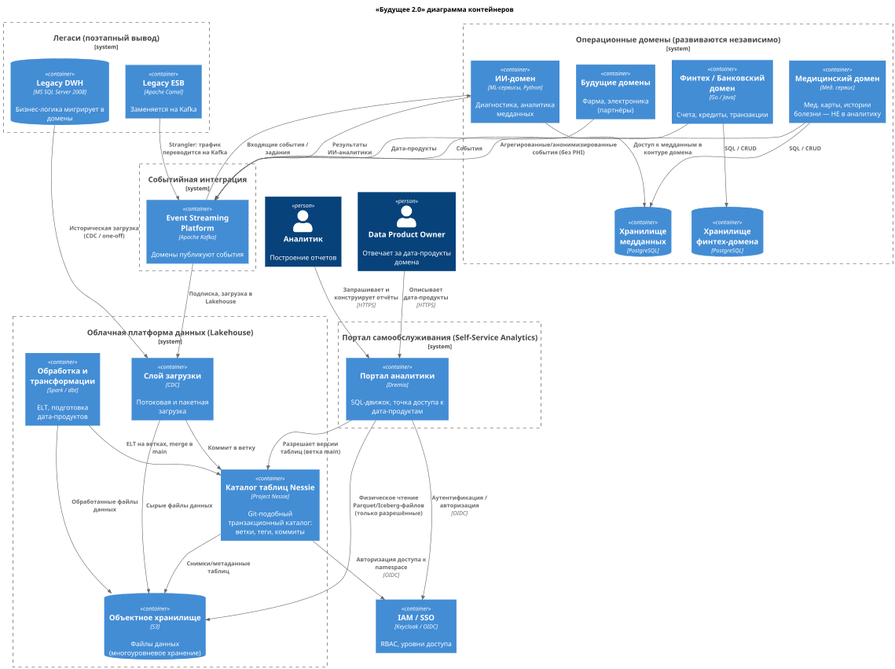
This is Task1/c4_container.png from Madm1key/architecture-future_2_0, a PlantUML export, as it was before one commit.
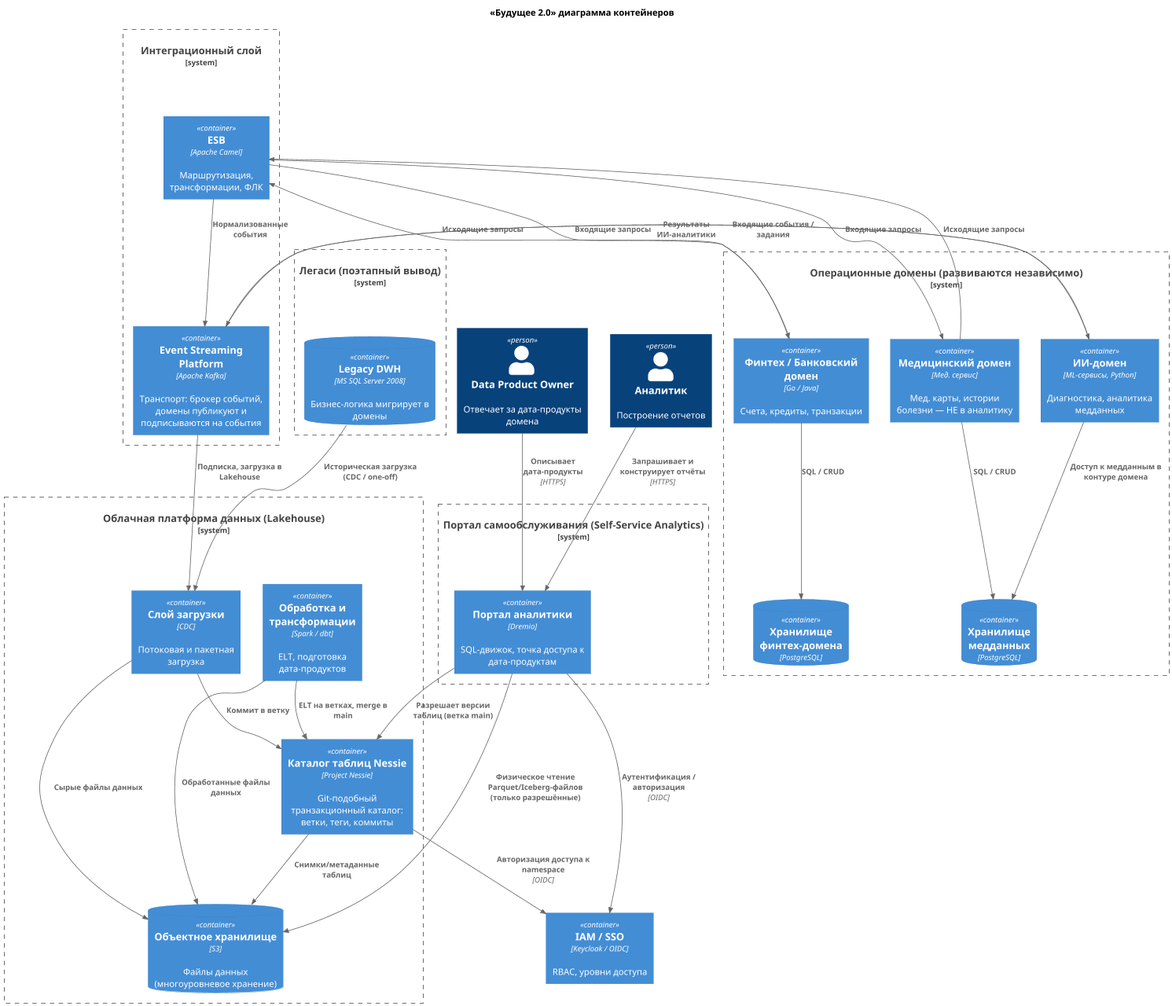
The same file after the commit.

The edit, as a diff of the source:
```diff
@@ -17,8 +17,9 @@
     Container(process, "Обработка и трансформации", "Spark / dbt", "ELT, подготовка дата-продуктов")
 }
 
-System_Boundary(bus, "Событийная интеграция") {
-    Container(kafka, "Event Streaming Platform", "Apache Kafka", "Домены публикуют события")
+System_Boundary(bus, "Интеграционный слой") {
+    Container(kafka, "Event Streaming Platform", "Apache Kafka", "Транспорт: брокер событий, домены публикуют и подписываются на события")
+    Container(integration, "ESB", "Apache Camel", "Маршрутизация, трансформации, ФЛК")
 }
 
 System_Boundary(domains, "Операционные домены (развиваются независимо)") {
@@ -27,14 +28,12 @@
     Container(fintech, "Финтех / Банковский домен", "Go / Java", "Счета, кредиты, транзакции")
     ContainerDb(fintechdb, "Хранилище финтех-домена", "PostgreSQL", "")
     Container(ai, "ИИ-домен", "ML-сервисы, Python", "Диагностика, аналитика медданных")
-    Container(future, "Будущие домены", "", "Фарма, электроника (партнёры)")
 }
 
 Container(iam, "IAM / SSO", "Keycloak / OIDC", "RBAC, уровни доступа")
 
 System_Boundary(legacy, "Легаси (поэтапный вывод)") {
     ContainerDb(dwh, "Legacy DWH", "MS SQL Server 2008", "Бизнес-логика мигрирует в домены")
-    Container(esb, "Legacy ESB", "Apache Camel", "Заменяется на Kafka")
 }
 
 Rel(analyst, portal, "Запрашивает и конструирует отчёты", "HTTPS")
@@ -51,11 +50,14 @@
 Rel(process, nessie, "ELT на ветках, merge в main")
 Rel(nessie, storage, "Снимки/метаданные таблиц")
 
-Rel(fintech, kafka, "События")
+Rel(fintech, integration, "Исходящие запросы")
+Rel(clinical, integration, "Исходящие запросы")
+Rel(integration, kafka, "Нормализованные события")
+Rel(integration, fintech, "Входящие запросы")
+Rel(integration, clinical, "Входящие запросы")
+
 Rel(kafka, ai, "Входящие события / задания")
 Rel(ai, kafka, "Результаты ИИ-аналитики")
-Rel(future, kafka, "Дата-продукты")
-Rel(clinical, kafka, "Агрегированные/анонимизированные события (без PHI)")
 Rel(kafka, ingest, "Подписка, загрузка в Lakehouse")
 
 Rel(clinical, clinicaldb, "SQL / CRUD")
@@ -63,6 +65,5 @@
 Rel(ai, clinicaldb, "Доступ к медданным в контуре домена")
 
 Rel(dwh, ingest, "Историческая загрузка (CDC / one-off)")
-Rel(esb, kafka, "Strangler: трафик переводится на Kafka")
 
 @enduml
```
